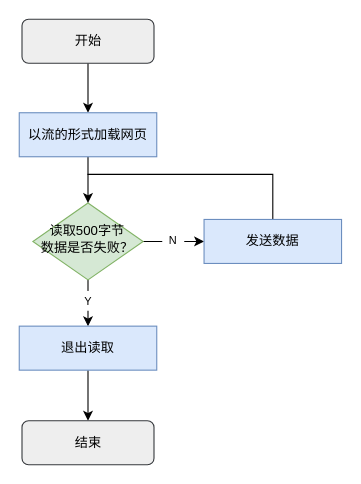
KAZAMA-DREAM/picture keeps this draw.io diagram as 网页展示器.drawio. Above is the earlier version. Source tidied: cells renumbered, new cells numbered last; positions are measured from the earlier drawing's top-left corner, leaving out a move shared by most shapes. Both pictures are drawn from the tidied source at 110%, with x=0, y=0 at pixel (19, 19).
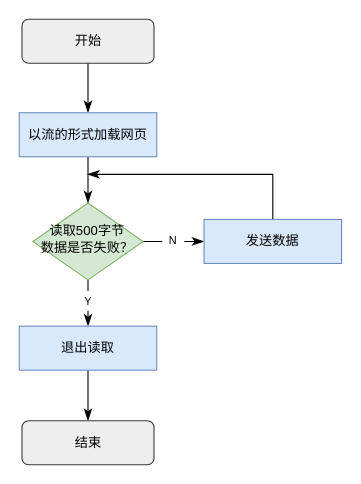
Above is the later version.

Commit message:
更新网页展示器.drawio

Diff of the diagram source:
```diff
@@
 <mxGraphModel>
   <root>
     <mxCell id="0" />
     <mxCell id="1" parent="0" />
-    <mxCell id="2" style="edgeStyle=orthogonalEdgeStyle;rounded=0;jettySize=auto;html=1;entryX=0.5;entryY=0;entryDx=0;entryDy=0;" parent="1" edge="1" source="3" target="9">
+    <mxCell id="2" style="edgeStyle=orthogonalEdgeStyle;rounded=0;jettySize=auto;html=1;entryX=0.5;entryY=0;entryDx=0;entryDy=0;endArrow=classicThin;endFill=1;endSize=8;" parent="1" edge="1" source="3" target="9">
       <mxGeometry relative="1" as="geometry" />
     </mxCell>
     <mxCell id="3" value="开始" style="rounded=1;whiteSpace=wrap;html=1;fontSize=12;glass=0;strokeWidth=1;shadow=0;fillColor=#eeeeee;strokeColor=#36393d;" parent="1" vertex="1">
       <mxGeometry x="2.5" width="120" height="40" as="geometry" />
     </mxCell>
-    <mxCell id="4" style="edgeStyle=orthogonalEdgeStyle;rounded=0;jettySize=auto;html=1;" parent="1" edge="1" source="6" target="11">
+    <mxCell id="4" style="edgeStyle=orthogonalEdgeStyle;rounded=0;jettySize=auto;html=1;endSize=8;endArrow=classicThin;endFill=1;" parent="1" edge="1" source="6" target="11">
       <mxGeometry relative="1" as="geometry" />
     </mxCell>
-    <mxCell id="5" style="edgeStyle=orthogonalEdgeStyle;rounded=0;jettySize=auto;html=1;" parent="1" edge="1" source="6" target="15">
+    <mxCell id="5" style="edgeStyle=orthogonalEdgeStyle;rounded=0;jettySize=auto;html=1;endSize=8;endArrow=classicThin;endFill=1;" parent="1" edge="1" source="6" target="15">
       <mxGeometry relative="1" as="geometry" />
     </mxCell>
     <mxCell id="6" value="读取500字节&lt;br&gt;数据是否失败？" style="rhombus;whiteSpace=wrap;html=1;shadow=0;fontFamily=Helvetica;fontSize=12;align=center;strokeWidth=1;spacing=6;spacingTop=-4;fillColor=#d5e8d4;strokeColor=#82b366;" parent="1" vertex="1">
       <mxGeometry x="12.4" y="167" width="100.2" height="70" as="geometry" />
     </mxCell>
     <mxCell id="7" value="&lt;font style=&quot;font-size: 10px;&quot;&gt;N&lt;/font&gt;" style="text;html=1;strokeColor=none;fillColor=default;align=center;verticalAlign=middle;whiteSpace=wrap;rounded=0;" parent="1" vertex="1">
       <mxGeometry x="130" y="192" width="20" height="18" as="geometry" />
     </mxCell>
-    <mxCell id="8" style="edgeStyle=orthogonalEdgeStyle;rounded=0;jettySize=auto;html=1;entryX=0.5;entryY=0;entryDx=0;entryDy=0;" parent="1" edge="1" source="9" target="6">
+    <mxCell id="8" style="edgeStyle=orthogonalEdgeStyle;rounded=0;jettySize=auto;html=1;entryX=0.5;entryY=0;entryDx=0;entryDy=0;endSize=8;endArrow=classicThin;endFill=1;" parent="1" edge="1" source="9" target="6">
       <mxGeometry relative="1" as="geometry" />
     </mxCell>
     <mxCell id="9" value="以流的形式加载网页" style="rounded=0;whiteSpace=wrap;html=1;fillColor=#dae8fc;strokeColor=#6c8ebf;" parent="1" vertex="1">
       <mxGeometry y="85" width="125" height="40" as="geometry" />
     </mxCell>
-    <mxCell id="10" style="edgeStyle=orthogonalEdgeStyle;rounded=0;jettySize=auto;html=1;" parent="1" edge="1" source="11" target="13">
+    <mxCell id="10" style="edgeStyle=orthogonalEdgeStyle;rounded=0;jettySize=auto;html=1;endArrow=classicThin;endFill=1;endSize=8;" parent="1" edge="1" source="11" target="13">
       <mxGeometry relative="1" as="geometry" />
     </mxCell>
     <mxCell id="11" value="退出读取" style="rounded=0;whiteSpace=wrap;html=1;fillColor=#dae8fc;strokeColor=#6c8ebf;" parent="1" vertex="1">
       <mxGeometry y="279" width="125" height="40" as="geometry" />
     </mxCell>
     <mxCell id="12" value="&lt;font style=&quot;font-size: 10px;&quot;&gt;Y&lt;/font&gt;" style="text;html=1;strokeColor=none;fillColor=default;align=center;verticalAlign=middle;whiteSpace=wrap;rounded=0;" parent="1" vertex="1">
       <mxGeometry x="53" y="247" width="20" height="18" as="geometry" />
     </mxCell>
     <mxCell id="13" value="结束" style="rounded=1;whiteSpace=wrap;html=1;fontSize=12;glass=0;strokeWidth=1;shadow=0;fillColor=#eeeeee;strokeColor=#36393d;" parent="1" vertex="1">
       <mxGeometry x="2.5" y="365" width="120" height="40" as="geometry" />
     </mxCell>
-    <mxCell id="14" style="edgeStyle=orthogonalEdgeStyle;rounded=0;jettySize=auto;html=1;endArrow=none;endFill=0;" parent="1" edge="1" source="15">
+    <mxCell id="14" style="edgeStyle=orthogonalEdgeStyle;rounded=0;jettySize=auto;html=1;endArrow=classicThin;endFill=1;endSize=8;" parent="1" edge="1" source="15">
       <mxGeometry relative="1" as="geometry">
         <mxPoint x="62" y="141" as="targetPoint" />
         <Array as="points">
           <mxPoint x="231" y="141" />
           <mxPoint x="69" y="141" />
         </Array>
       </mxGeometry>
     </mxCell>
     <mxCell id="15" value="发送数据" style="rounded=0;whiteSpace=wrap;html=1;fillColor=#dae8fc;strokeColor=#6c8ebf;" parent="1" vertex="1">
       <mxGeometry x="168" y="182" width="125" height="40" as="geometry" />
     </mxCell>
   </root>
 </mxGraphModel>
```
